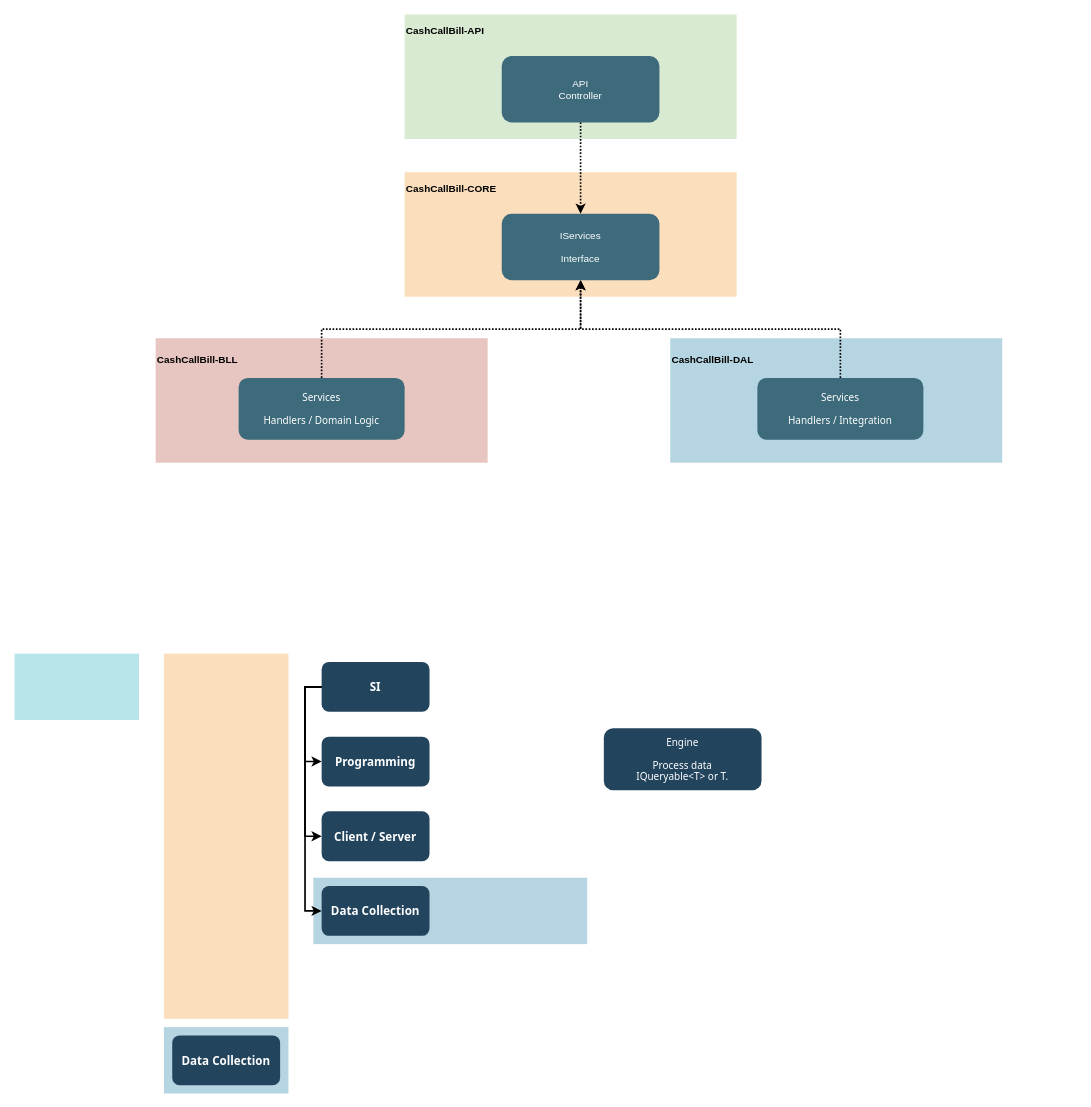
This is cc&b-architecture.drawio from danielfiskvik/Misc, a draw.io file, before an edit. Source tidied: cells renumbered, new cells numbered last; positions are measured from the earlier drawing's top-left corner, leaving out a move shared by most shapes. Both pictures are drawn from the tidied source at 83%, with x=0, y=0 at pixel (14, 14).
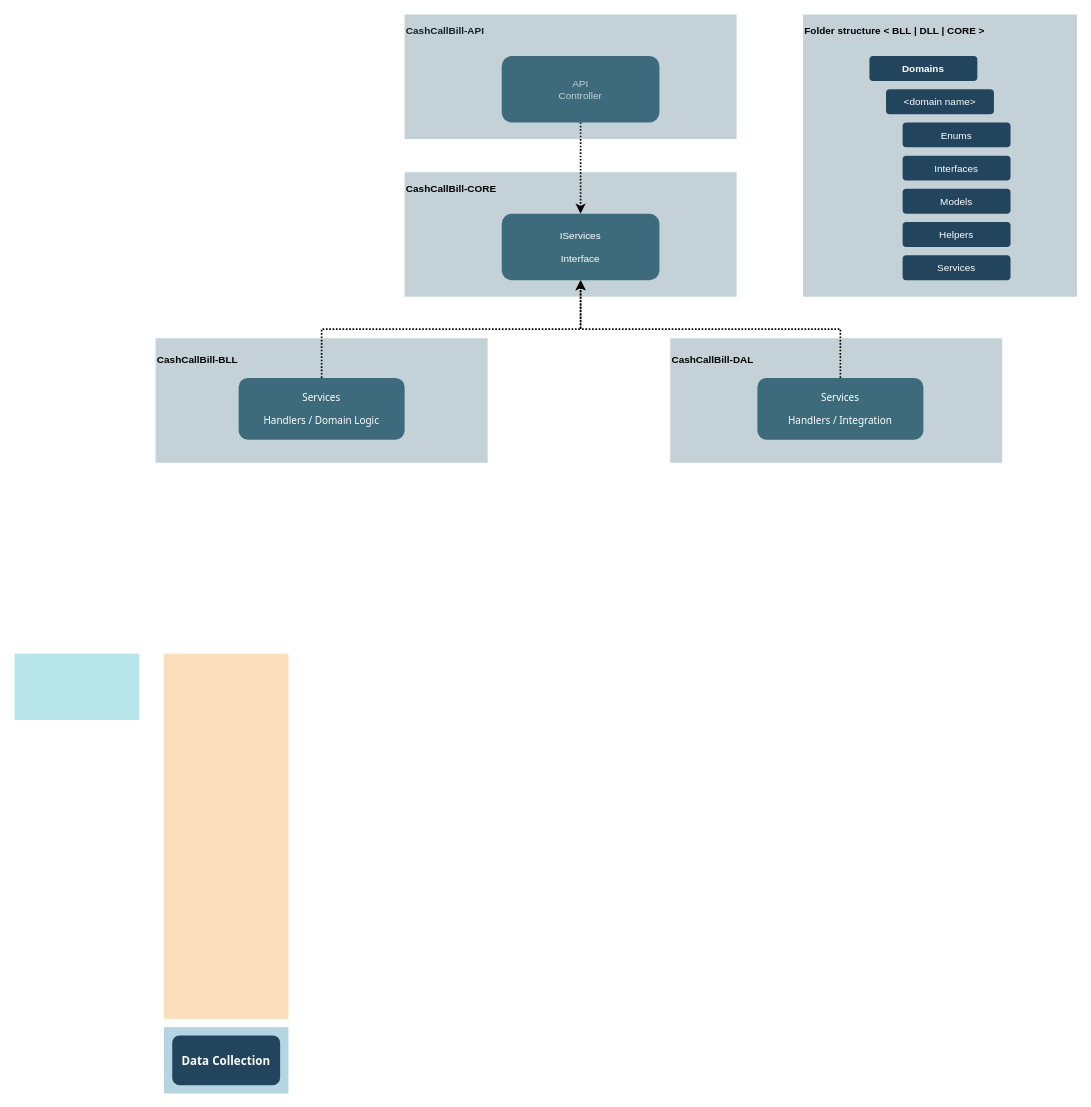
Above is the later version.

Change to the diagram source:
```diff
@@
-    <mxCell id="2" style="fillColor=#10739E;strokeColor=none;opacity=30;" parent="1" vertex="1">
+    <mxCell id="2" style="strokeColor=none;opacity=30;fillColor=#3D6B7B;" parent="1" vertex="1">
       <mxGeometry x="790" y="390" width="400" height="150" as="geometry" />
     </mxCell>
@@
-    <mxCell id="4" style="fillColor=#F2931E;strokeColor=none;opacity=30;" parent="1" vertex="1">
+    <mxCell id="4" style="opacity=30;fillColor=#3D6B7B;strokeColor=none;" parent="1" vertex="1">
       <mxGeometry x="470" y="190" width="400" height="150" as="geometry" />
     </mxCell>
-    <mxCell id="5" style="fillColor=#10739E;strokeColor=none;opacity=30;" parent="1" vertex="1">
-      <mxGeometry x="360" y="1040" width="330" height="80" as="geometry" />
-    </mxCell>
@@
-    <mxCell id="7" style="fillColor=#D9EAD3;strokeColor=none;" parent="1" vertex="1">
-      <mxGeometry x="470" width="400" height="150" as="geometry" />
-    </mxCell>
@@
-    <mxCell id="12" value="SI" style="rounded=1;fillColor=#23445D;gradientColor=none;strokeColor=none;fontColor=#FFFFFF;fontStyle=1;fontFamily=Tahoma;fontSize=14;" parent="1" vertex="1">
-      <mxGeometry x="370" y="780" width="130" height="60" as="geometry" />
-    </mxCell>
-    <mxCell id="13" value="Programming" style="rounded=1;fillColor=#23445D;gradientColor=none;strokeColor=none;fontColor=#FFFFFF;fontStyle=1;fontFamily=Tahoma;fontSize=14;" parent="1" vertex="1">
-      <mxGeometry x="370" y="870" width="130" height="60" as="geometry" />
-    </mxCell>
-    <mxCell id="14" value="Client / Server" style="rounded=1;fillColor=#23445D;gradientColor=none;strokeColor=none;fontColor=#FFFFFF;fontStyle=1;fontFamily=Tahoma;fontSize=14;" parent="1" vertex="1">
-      <mxGeometry x="370" y="960" width="130" height="60" as="geometry" />
-    </mxCell>
-    <mxCell id="15" value="Data Collection" style="rounded=1;fillColor=#23445D;gradientColor=none;strokeColor=none;fontColor=#FFFFFF;fontStyle=1;fontFamily=Tahoma;fontSize=14;" parent="1" vertex="1">
-      <mxGeometry x="370" y="1050" width="130" height="60" as="geometry" />
-    </mxCell>
-    <mxCell id="16" value="Engine&#10;&#10;Process data&#10;IQueryable&lt;T&gt; or T." style="rounded=1;fillColor=#23445D;gradientColor=none;strokeColor=none;fontColor=#FFFFFF;fontStyle=0;fontFamily=Tahoma;fontSize=12;" parent="1" vertex="1">
-      <mxGeometry x="710" y="860" width="190" height="74.5" as="geometry" />
-    </mxCell>
@@
-    <mxCell id="18" style="edgeStyle=elbowEdgeStyle;elbow=horizontal;strokeWidth=2;rounded=0;" parent="1" edge="1" source="12" target="13">
-      <mxGeometry x="100" y="500" as="geometry">
-        <Array as="points">
-          <mxPoint x="350" y="860" />
-        </Array>
-      </mxGeometry>
-    </mxCell>
-    <mxCell id="19" style="edgeStyle=elbowEdgeStyle;elbow=horizontal;strokeWidth=2;rounded=0;" parent="1" edge="1" source="12" target="14">
-      <mxGeometry x="100" y="500" as="geometry">
-        <Array as="points">
-          <mxPoint x="350" y="900" />
-        </Array>
-      </mxGeometry>
-    </mxCell>
-    <mxCell id="20" style="edgeStyle=elbowEdgeStyle;elbow=horizontal;strokeWidth=2;rounded=0;" parent="1" edge="1" source="12" target="15">
-      <mxGeometry x="100" y="500" as="geometry">
-        <Array as="points">
-          <mxPoint x="350" y="940" />
-        </Array>
-      </mxGeometry>
-    </mxCell>
@@
-    <mxCell id="23" style="fillColor=#AE4132;strokeColor=none;opacity=30;" parent="1" vertex="1">
+    <mxCell id="23" style="strokeColor=none;opacity=30;fillColor=#3D6B7B;" parent="1" vertex="1">
       <mxGeometry x="170" y="390" width="400" height="150" as="geometry" />
     </mxCell>
@@
+    <mxCell id="30" style="opacity=30;fillColor=#3D6B7B;strokeColor=none;" parent="1" vertex="1">
+      <mxGeometry x="470" width="400" height="150" as="geometry" />
+    </mxCell>
+    <mxCell id="31" style="opacity=30;fillColor=#3D6B7B;strokeColor=none;" parent="1" vertex="1">
+      <mxGeometry x="950" width="330" height="340" as="geometry" />
+    </mxCell>
+    <mxCell id="32" value="Enums" style="rounded=1;gradientColor=none;strokeColor=none;fontStyle=0;fontFamily=Helvetica;fontSize=12;fillColor=#23445D;fontColor=#FFFFFF;" parent="1" vertex="1">
+      <mxGeometry x="1070" y="130" width="130" height="30" as="geometry" />
+    </mxCell>
+    <mxCell id="33" value="Interfaces" style="rounded=1;gradientColor=none;strokeColor=none;fontStyle=0;fontFamily=Helvetica;fontSize=12;fillColor=#23445D;fontColor=#FFFFFF;" parent="1" vertex="1">
+      <mxGeometry x="1070" y="170" width="130" height="30" as="geometry" />
+    </mxCell>
+    <mxCell id="34" value="Models" style="rounded=1;gradientColor=none;strokeColor=none;fontStyle=0;fontFamily=Helvetica;fontSize=12;fillColor=#23445D;fontColor=#FFFFFF;" parent="1" vertex="1">
+      <mxGeometry x="1070" y="210" width="130" height="30" as="geometry" />
+    </mxCell>
+    <mxCell id="35" value="Helpers" style="rounded=1;gradientColor=none;strokeColor=none;fontStyle=0;fontFamily=Helvetica;fontSize=12;fillColor=#23445D;fontColor=#FFFFFF;" parent="1" vertex="1">
+      <mxGeometry x="1070" y="250" width="130" height="30" as="geometry" />
+    </mxCell>
+    <mxCell id="36" value="Domains" style="rounded=1;gradientColor=none;strokeColor=none;fontStyle=1;fontFamily=Helvetica;fontSize=12;fillColor=#23445D;fontColor=#FFFFFF;" parent="1" vertex="1">
+      <mxGeometry x="1030" y="50" width="130" height="30" as="geometry" />
+    </mxCell>
+    <mxCell id="37" value="&lt;domain name&gt;" style="rounded=1;gradientColor=none;strokeColor=none;fontStyle=0;fontFamily=Helvetica;fontSize=12;fillColor=#23445D;fontColor=#FFFFFF;" parent="1" vertex="1">
+      <mxGeometry x="1050" y="90" width="130" height="30" as="geometry" />
+    </mxCell>
+    <mxCell id="38" value="Services" style="rounded=1;gradientColor=none;strokeColor=none;fontStyle=0;fontFamily=Helvetica;fontSize=12;fillColor=#23445D;fontColor=#FFFFFF;" parent="1" vertex="1">
+      <mxGeometry x="1070" y="290" width="130" height="30" as="geometry" />
+    </mxCell>
+    <mxCell id="39" value="Folder structure &amp;lt; BLL | DLL | CORE &amp;gt;" style="text;html=1;strokeColor=none;fillColor=none;align=left;verticalAlign=middle;whiteSpace=wrap;rounded=0;fontFamily=Helvetica;fontSize=12;fontStyle=1;" parent="1" vertex="1">
+      <mxGeometry x="950" y="10" width="230" height="20" as="geometry" />
+    </mxCell>
```
